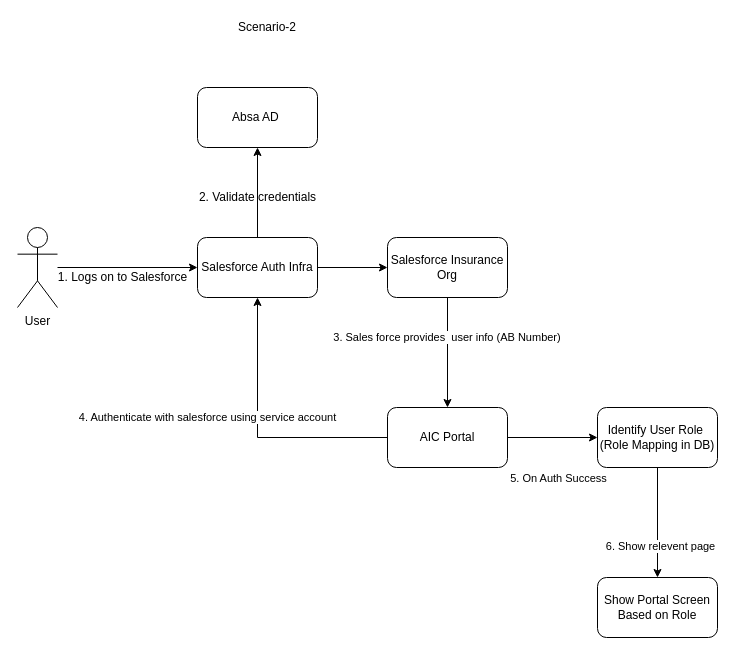
The draw.io diagram page "Scenario-2" (2 of 3) of Untitled Diagram.drawio in Annbuvel/drawio-libs, before the edit. Source tidied: cells renumbered, new cells numbered last; positions are measured from the earlier drawing's top-left corner, leaving out a move shared by most shapes. Both pictures are drawn from the tidied source at 100%, with x=0, y=0 at pixel (17, 17).
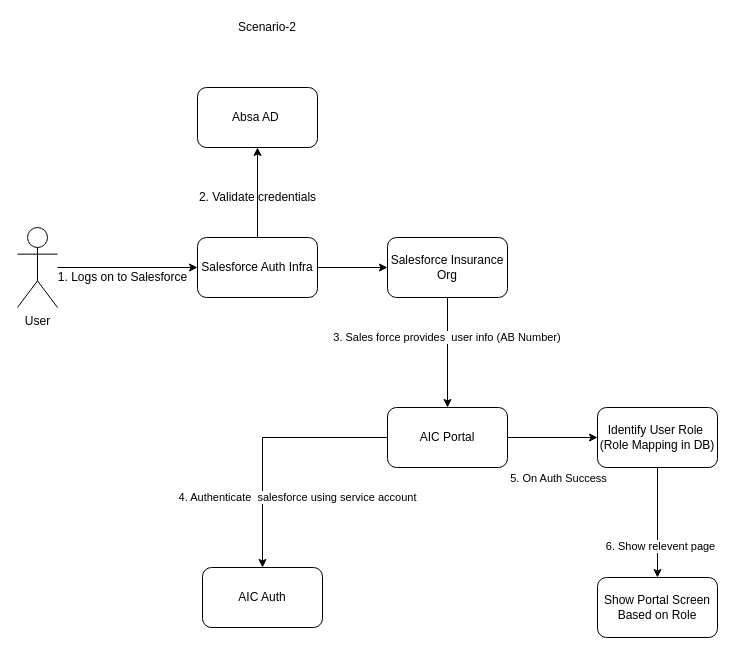
The same diagram, later.

The change refers to these unchanged cells:
```xml
<mxCell id="6" value="Salesforce Auth Infra" style="rounded=1;whiteSpace=wrap;html=1;" parent="1" vertex="1">
  <mxGeometry x="180" y="220" width="120" height="60" as="geometry" />
</mxCell>
<mxCell id="17" value="AIC Portal" style="rounded=1;whiteSpace=wrap;html=1;" parent="1" vertex="1">
  <mxGeometry x="370" y="390" width="120" height="60" as="geometry" />
</mxCell>
```

Change to the diagram source:
```diff
@@
-    <mxCell id="16" value="4. Authenticate with salesforce using service account" style="edgeStyle=orthogonalEdgeStyle;rounded=0;jettySize=auto;html=1;entryX=0.5;entryY=1;entryDx=0;entryDy=0;" parent="1" edge="1" source="17" target="6">
-      <mxGeometry x="0.11" y="50" relative="1" as="geometry" />
+    <mxCell id="16" value="4. Authenticate&amp;nbsp; salesforce using service account" style="edgeStyle=orthogonalEdgeStyle;rounded=0;jettySize=auto;html=1;entryX=0.5;entryY=0;entryDx=0;entryDy=0;" parent="1" edge="1" source="17" target="22">
+      <mxGeometry x="0.45" y="35" relative="1" as="geometry" />
     </mxCell>
@@
+    <mxCell id="22" value="AIC Auth" style="rounded=1;whiteSpace=wrap;html=1;" parent="1" vertex="1">
+      <mxGeometry x="185" y="550" width="120" height="60" as="geometry" />
+    </mxCell>
```
